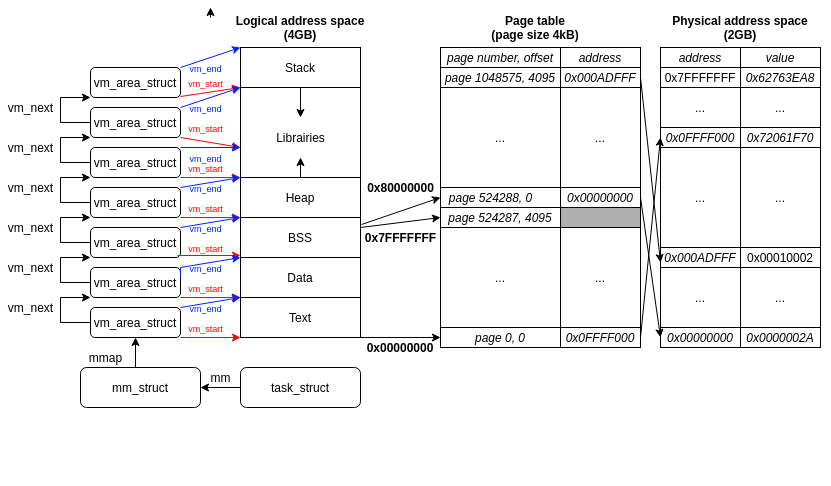
Earlier version of the draw.io export report/kernel_memo.png (OlivierJoris/Statistics-process-pages). Source tidied: cells renumbered, new cells last; positions are measured from the earlier drawing's top-left corner, leaving out a move shared by most shapes.
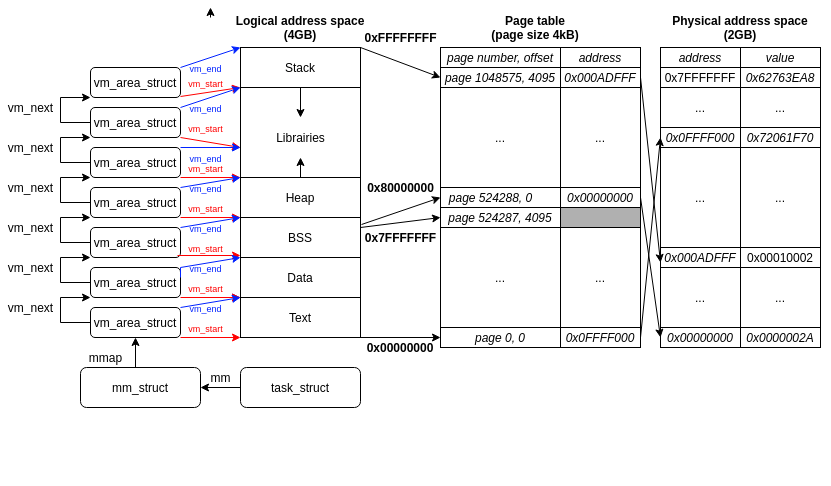
The same diagram one commit later.

Change to the diagram source:
```diff
@@ -403,5 +403,11 @@
     <mxCell id="113" style="endArrow=classic;html=1;strokeColor=#000000;fillColor=#000000;exitX=1;exitY=0.5;exitDx=0;exitDy=0;entryX=0;entryY=0.75;entryDx=0;entryDy=0;" parent="1" edge="1" source="75" target="95">
       <mxGeometry relative="1" as="geometry" />
     </mxCell>
+    <mxCell id="114" style="endArrow=classic;html=1;exitX=1;exitY=0;exitDx=0;exitDy=0;entryX=0;entryY=0.5;entryDx=0;entryDy=0;" parent="1" edge="1" source="11" target="74">
+      <mxGeometry relative="1" as="geometry" />
+    </mxCell>
+    <mxCell id="115" value="&lt;b&gt;0xFFFFFFFF&lt;/b&gt;" style="text;html=1;align=center;verticalAlign=middle;strokeColor=none;" parent="1" vertex="1">
+      <mxGeometry x="355" y="20" width="90" height="20" as="geometry" />
+    </mxCell>
   </root>
 </mxGraphModel>
```
